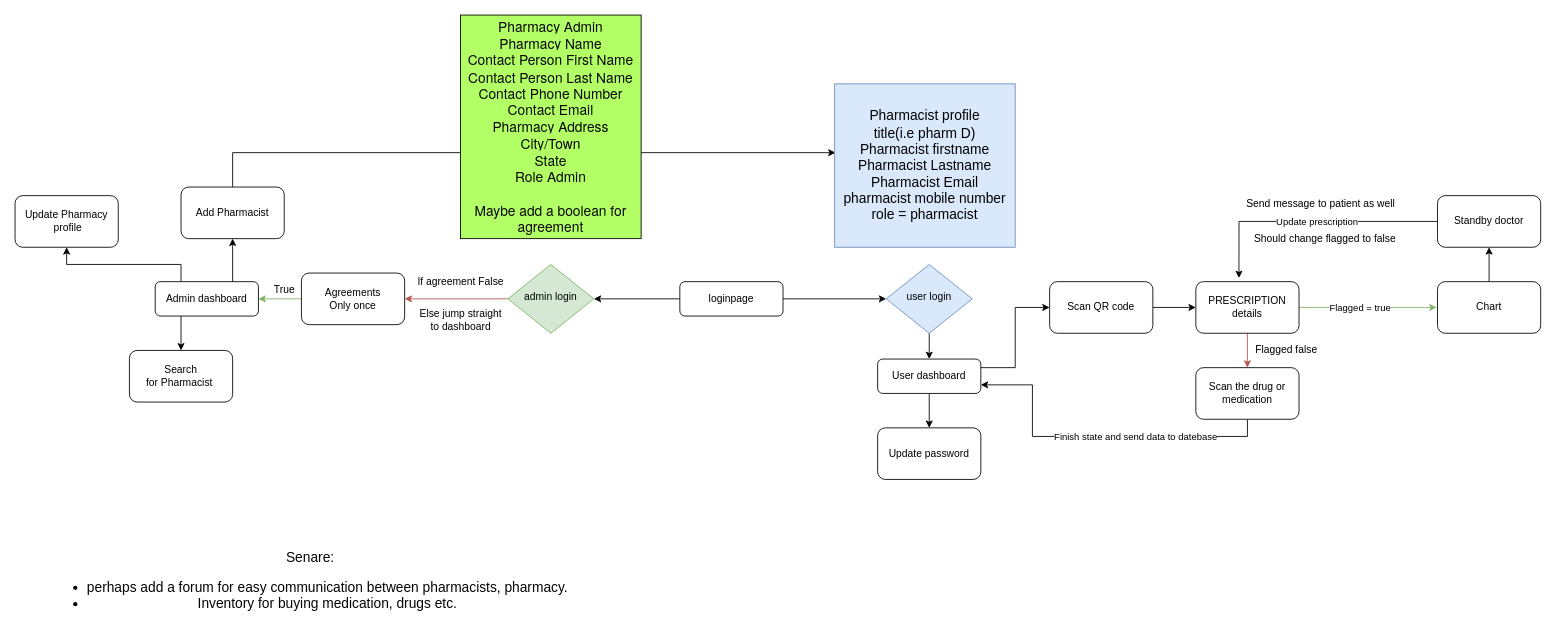
Above: docs/ui/Untitled Diagram.drawio in devopsw18/docs (draw.io), before the change. Source tidied: cells renumbered, new cells numbered last; positions are measured from the earlier drawing's top-left corner, leaving out a move shared by most shapes. Both pictures are drawn from the tidied source at 86%, with x=0, y=0 at pixel (15, 15).
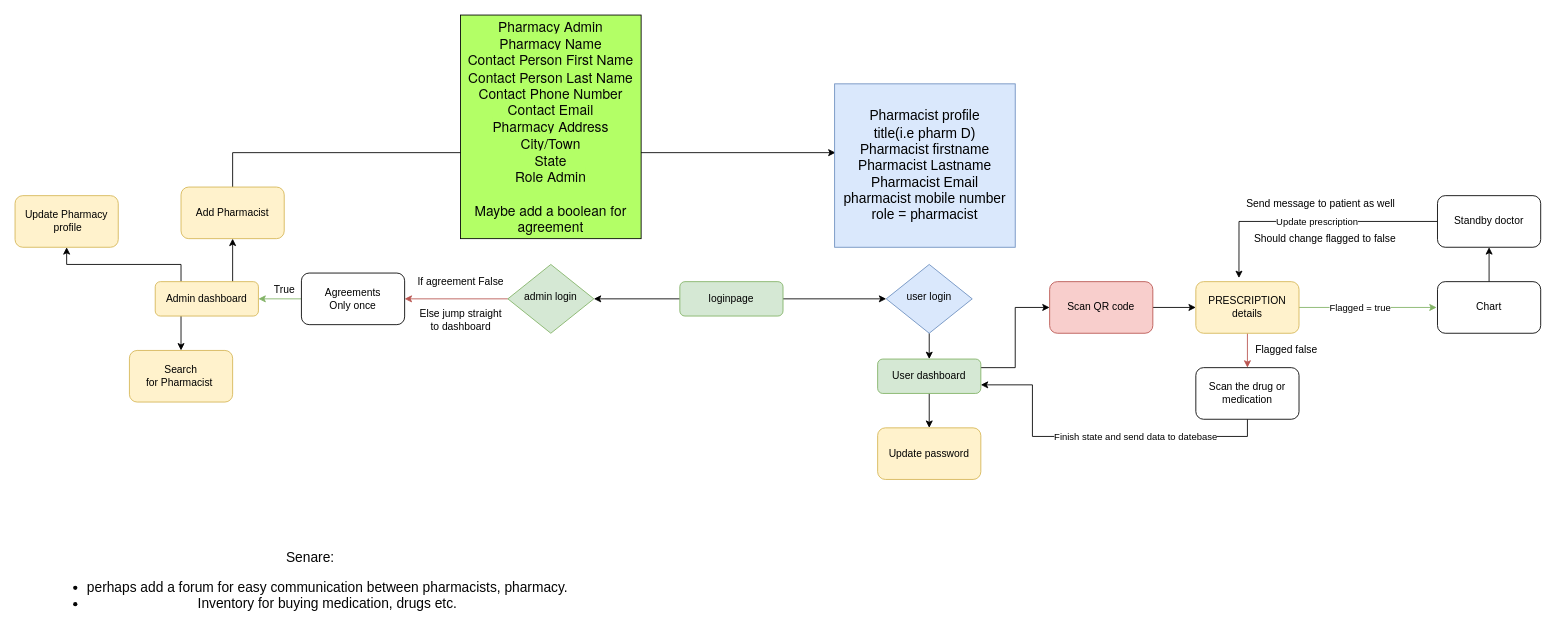
The same page after the edit.

The edit, as a diff of the source:
```diff
@@
-    <mxCell id="4" value="loginpage" style="rounded=1;whiteSpace=wrap;html=1;fontSize=12;glass=0;strokeWidth=1;shadow=0;" parent="1" vertex="1">
+    <mxCell id="4" value="loginpage" style="rounded=1;whiteSpace=wrap;html=1;fontSize=12;glass=0;strokeWidth=1;shadow=0;fillColor=#d5e8d4;strokeColor=#82b366;" parent="1" vertex="1">
       <mxGeometry x="773" y="310" width="120" height="40" as="geometry" />
     </mxCell>
@@
-    <mxCell id="9" value="User dashboard" style="rounded=1;whiteSpace=wrap;html=1;fontSize=12;glass=0;strokeWidth=1;shadow=0;" parent="1" vertex="1">
+    <mxCell id="9" value="User dashboard" style="rounded=1;whiteSpace=wrap;html=1;fontSize=12;glass=0;strokeWidth=1;shadow=0;fillColor=#d5e8d4;strokeColor=#82b366;" parent="1" vertex="1">
       <mxGeometry x="1003" y="400" width="120" height="40" as="geometry" />
     </mxCell>
@@
-    <mxCell id="15" value="Admin dashboard" style="rounded=1;whiteSpace=wrap;html=1;fontSize=12;glass=0;strokeWidth=1;shadow=0;" parent="1" vertex="1">
+    <mxCell id="15" value="Admin dashboard" style="rounded=1;whiteSpace=wrap;html=1;fontSize=12;glass=0;strokeWidth=1;shadow=0;fillColor=#fff2cc;strokeColor=#d6b656;" parent="1" vertex="1">
       <mxGeometry x="163" y="310" width="120" height="40" as="geometry" />
     </mxCell>
-    <mxCell id="16" value="Update Pharmacy&lt;br&gt;&amp;nbsp;profile" style="rounded=1;whiteSpace=wrap;html=1;" parent="1" vertex="1">
+    <mxCell id="16" value="Update Pharmacy&lt;br&gt;&amp;nbsp;profile" style="rounded=1;whiteSpace=wrap;html=1;fillColor=#fff2cc;strokeColor=#d6b656;" parent="1" vertex="1">
       <mxGeometry y="210" width="120" height="60" as="geometry" />
     </mxCell>
-    <mxCell id="17" value="Update password" style="rounded=1;whiteSpace=wrap;html=1;" parent="1" vertex="1">
+    <mxCell id="17" value="Update password" style="rounded=1;whiteSpace=wrap;html=1;fillColor=#fff2cc;strokeColor=#d6b656;" parent="1" vertex="1">
       <mxGeometry x="1003" y="480" width="120" height="60" as="geometry" />
     </mxCell>
-    <mxCell id="18" value="Search for&amp;nbsp;&lt;span&gt;&lt;/span&gt;&lt;span&gt;&lt;/span&gt;&lt;span&gt;Pharmacist&amp;nbsp;&lt;/span&gt;" style="rounded=1;whiteSpace=wrap;html=1;" parent="1" vertex="1">
+    <mxCell id="18" value="Search for&amp;nbsp;&lt;span&gt;&lt;/span&gt;&lt;span&gt;&lt;/span&gt;&lt;span&gt;Pharmacist&amp;nbsp;&lt;/span&gt;" style="rounded=1;whiteSpace=wrap;html=1;fillColor=#fff2cc;strokeColor=#d6b656;" parent="1" vertex="1">
       <mxGeometry x="133" y="390" width="120" height="60" as="geometry" />
     </mxCell>
@@
-    <mxCell id="20" value="Add Pharmacist" style="rounded=1;whiteSpace=wrap;html=1;" parent="1" vertex="1">
+    <mxCell id="20" value="Add Pharmacist" style="rounded=1;whiteSpace=wrap;html=1;fillColor=#fff2cc;strokeColor=#d6b656;" parent="1" vertex="1">
       <mxGeometry x="193" y="200" width="120" height="60" as="geometry" />
     </mxCell>
@@
-    <mxCell id="24" value="Scan QR code" style="rounded=1;whiteSpace=wrap;html=1;" parent="1" vertex="1">
+    <mxCell id="24" value="Scan QR code" style="rounded=1;whiteSpace=wrap;html=1;fillColor=#f8cecc;strokeColor=#b85450;" parent="1" vertex="1">
       <mxGeometry x="1203" y="310" width="120" height="60" as="geometry" />
     </mxCell>
@@
-    <mxCell id="28" value="&lt;span&gt;&lt;/span&gt;&lt;span&gt;&lt;/span&gt;&lt;span&gt;PRESCRIPTION details&lt;/span&gt;" style="rounded=1;whiteSpace=wrap;html=1;" parent="1" vertex="1">
+    <mxCell id="28" value="&lt;span&gt;&lt;/span&gt;&lt;span&gt;&lt;/span&gt;&lt;span&gt;PRESCRIPTION details&lt;/span&gt;" style="rounded=1;whiteSpace=wrap;html=1;fillColor=#fff2cc;strokeColor=#d6b656;" parent="1" vertex="1">
       <mxGeometry x="1373" y="310" width="120" height="60" as="geometry" />
     </mxCell>
```
